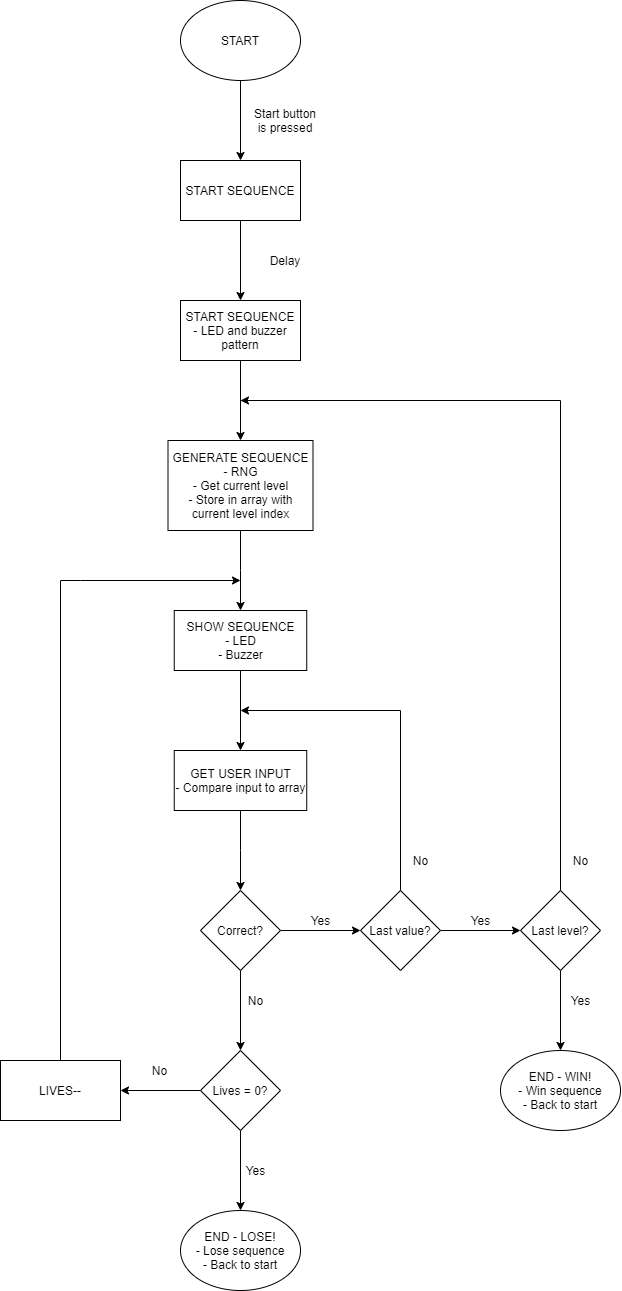
Earlier version of the draw.io export Simon Says Flowchart.png (igmen-j/simon-says-Arduino). Source tidied: cells renumbered, new cells last; positions are measured from the earlier drawing's top-left corner, leaving out a move shared by most shapes.
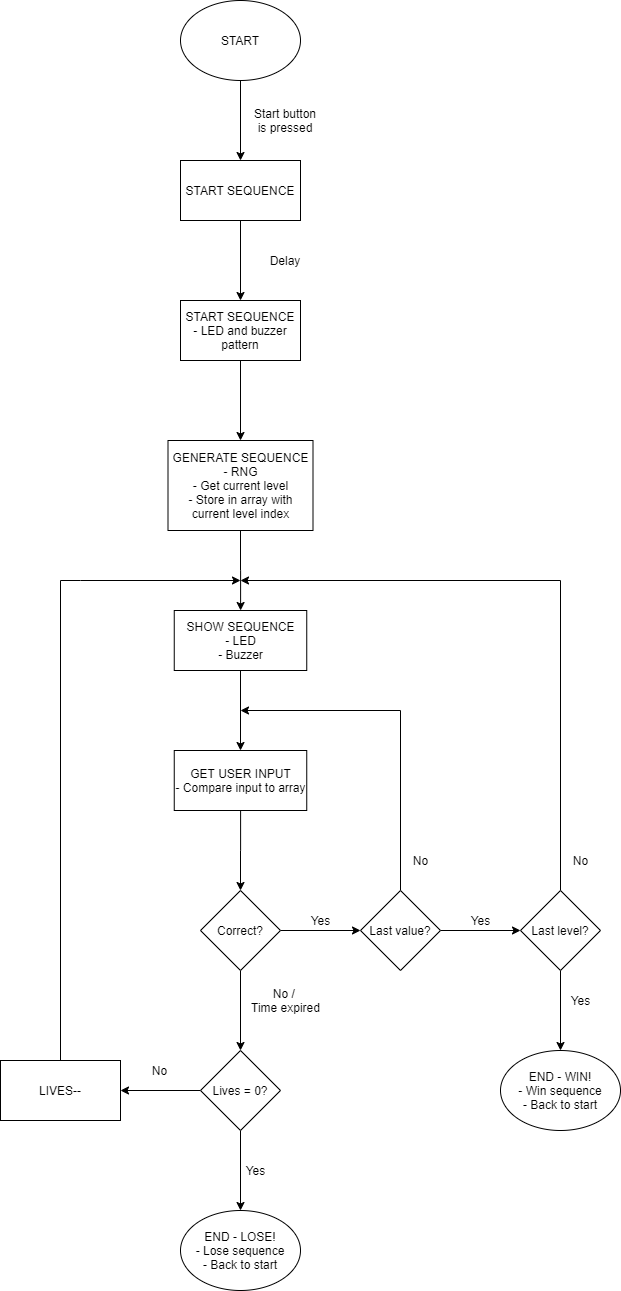
The same diagram one commit later.

Diff of the diagram source:
```diff
@@ -84,20 +84,19 @@
     <mxCell id="24" value="Last value?" style="rhombus;whiteSpace=wrap;html=1;" parent="1" vertex="1">
       <mxGeometry x="360" y="890" width="80" height="80" as="geometry" />
     </mxCell>
-    <mxCell id="25" style="edgeStyle=orthogonalEdgeStyle;rounded=0;jettySize=auto;html=1;" parent="1" edge="1" source="27">
-      <mxGeometry relative="1" as="geometry">
-        <mxPoint x="240" y="400" as="targetPoint" />
-        <Array as="points">
-          <mxPoint x="560" y="400" />
-          <mxPoint x="240" y="400" />
-        </Array>
-      </mxGeometry>
-    </mxCell>
     <mxCell id="26" style="edgeStyle=orthogonalEdgeStyle;rounded=0;jettySize=auto;html=1;" parent="1" edge="1" source="27">
       <mxGeometry relative="1" as="geometry">
         <mxPoint x="560" y="1050" as="targetPoint" />
       </mxGeometry>
     </mxCell>
+    <mxCell id="40" style="edgeStyle=orthogonalEdgeStyle;rounded=0;jettySize=auto;html=1;" parent="1" edge="1" source="27">
+      <mxGeometry relative="1" as="geometry">
+        <mxPoint x="240" y="580" as="targetPoint" />
+        <Array as="points">
+          <mxPoint x="560" y="580" />
+        </Array>
+      </mxGeometry>
+    </mxCell>
     <mxCell id="27" value="Last level?" style="rhombus;whiteSpace=wrap;html=1;" parent="1" vertex="1">
       <mxGeometry x="520" y="890" width="80" height="80" as="geometry" />
     </mxCell>
@@ -119,8 +118,8 @@
     <mxCell id="33" value="END - WIN!&lt;br&gt;- Win sequence&lt;br&gt;- Back to start" style="ellipse;whiteSpace=wrap;html=1;" parent="1" vertex="1">
       <mxGeometry x="500" y="1050" width="120" height="80" as="geometry" />
     </mxCell>
-    <mxCell id="34" value="No" style="text;html=1;align=center;verticalAlign=middle;" parent="1" vertex="1">
-      <mxGeometry x="240" y="990" width="30" height="20" as="geometry" />
+    <mxCell id="34" value="No /&amp;nbsp;&lt;br&gt;Time expired" style="text;html=1;align=center;verticalAlign=middle;" parent="1" vertex="1">
+      <mxGeometry x="245" y="985" width="80" height="30" as="geometry" />
     </mxCell>
     <mxCell id="35" value="No" style="text;html=1;align=center;verticalAlign=middle;" parent="1" vertex="1">
       <mxGeometry x="143.8" y="1060" width="30" height="20" as="geometry" />
```
